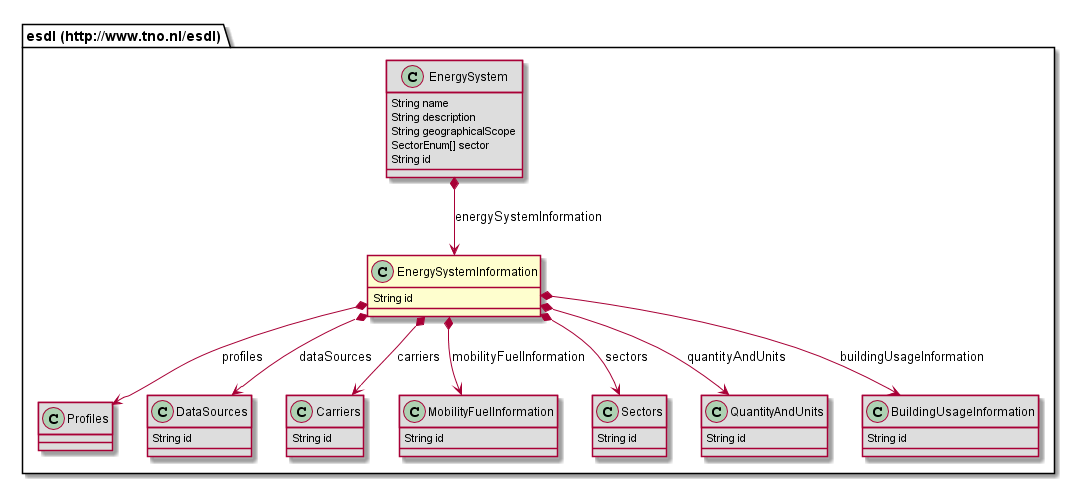
Before: 687474703a2f2f7777772e746e6f2e6e6c2f6573646c/EnergySystemInformation.png, a diagram exported from PlantUML (EnergyTransition/energytransition.github.io).
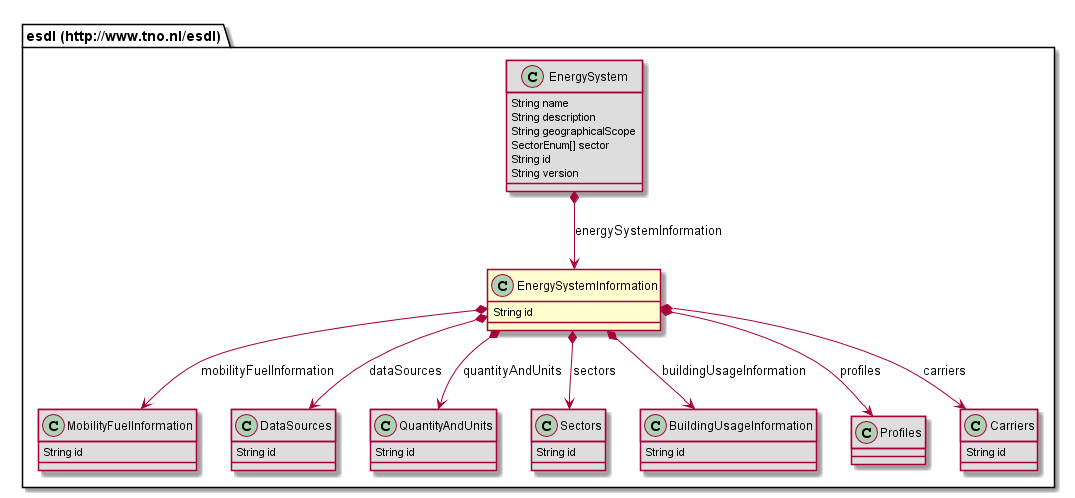
After the commit.

Diff of the diagram source:
```diff
@@ -1,5 +1,20 @@
 @startuml
 class "esdl (http://www.tno.nl/esdl).EnergySystemInformation" [[#router/doc-content/687474703a2f2f7777772e746e6f2e6e6c2f6573646c/EnergySystemInformation.html{Describes reusable information of the energy system, that other classes can refer to in this energy system, such as carriers, profiles, data sources, quantity and units.}]] {
+	String id
+}
+class "esdl (http://www.tno.nl/esdl).MobilityFuelInformation" [[#router/doc-content/687474703a2f2f7777772e746e6f2e6e6c2f6573646c/MobilityFuelInformation.html{Collection of information about vehicles, fuels and efficiency}]] #DDDDDD {
+	String id
+}
+class "esdl (http://www.tno.nl/esdl).DataSources" [[#router/doc-content/687474703a2f2f7777772e746e6f2e6e6c2f6573646c/DataSources.html{Collection of datasources used in the energy system}]] #DDDDDD {
+	String id
+}
+class "esdl (http://www.tno.nl/esdl).QuantityAndUnits" [[#router/doc-content/687474703a2f2f7777772e746e6f2e6e6c2f6573646c/QuantityAndUnits.html{Collection of QuantityAndUnitTypes defined in the EnergySystemInformation section}]] #DDDDDD {
+	String id
+}
+class "esdl (http://www.tno.nl/esdl).Sectors" [[#router/doc-content/687474703a2f2f7777772e746e6f2e6e6c2f6573646c/Sectors.html{Collection of sectors. }]] #DDDDDD {
+	String id
+}
+class "esdl (http://www.tno.nl/esdl).BuildingUsageInformation" [[#router/doc-content/687474703a2f2f7777772e746e6f2e6e6c2f6573646c/BuildingUsageInformation.html{Part of Energy System Information that specifies generic building usage information that can be referenced from multiple individual buildings}]] #DDDDDD {
 	String id
 }
 class "esdl (http://www.tno.nl/esdl).Profiles" [[#router/doc-content/687474703a2f2f7777772e746e6f2e6e6c2f6573646c/Profiles.html{Container for profiles in the Energy System Information where other profiles can refer to}]] #DDDDDD {
@@ -10,26 +25,11 @@
 	String geographicalScope
 	SectorEnum[] sector
 	String id
-}
-class "esdl (http://www.tno.nl/esdl).DataSources" [[#router/doc-content/687474703a2f2f7777772e746e6f2e6e6c2f6573646c/DataSources.html{Collection of datasources used in the energy system}]] #DDDDDD {
-	String id
+	String version
 }
 class "esdl (http://www.tno.nl/esdl).Carriers" [[#router/doc-content/687474703a2f2f7777772e746e6f2e6e6c2f6573646c/Carriers.html{Collection of carriers as part of the Energy System Information. }]] #DDDDDD {
 	String id
 }
-class "esdl (http://www.tno.nl/esdl).MobilityFuelInformation" [[#router/doc-content/687474703a2f2f7777772e746e6f2e6e6c2f6573646c/MobilityFuelInformation.html{Collection of information about vehicles, fuels and efficiency}]] #DDDDDD {
-	String id
-}
-class "esdl (http://www.tno.nl/esdl).Sectors" [[#router/doc-content/687474703a2f2f7777772e746e6f2e6e6c2f6573646c/Sectors.html{Collection of sectors. }]] #DDDDDD {
-	String id
-}
-class "esdl (http://www.tno.nl/esdl).QuantityAndUnits" [[#router/doc-content/687474703a2f2f7777772e746e6f2e6e6c2f6573646c/QuantityAndUnits.html{Collection of QuantityAndUnitTypes defined in the EnergySystemInformation section}]] #DDDDDD {
-	String id
-}
-class "esdl (http://www.tno.nl/esdl).BuildingUsageInformation" [[#router/doc-content/687474703a2f2f7777772e746e6f2e6e6c2f6573646c/BuildingUsageInformation.html]] #DDDDDD {
-	String id
-}
-"esdl (http://www.tno.nl/esdl).EnergySystem" *--> "esdl (http://www.tno.nl/esdl).EnergySystemInformation" : energySystemInformation
 "esdl (http://www.tno.nl/esdl).EnergySystemInformation" *--> "esdl (http://www.tno.nl/esdl).Carriers" : carriers
 "esdl (http://www.tno.nl/esdl).EnergySystemInformation" *--> "esdl (http://www.tno.nl/esdl).Profiles" : profiles
 "esdl (http://www.tno.nl/esdl).EnergySystemInformation" *--> "esdl (http://www.tno.nl/esdl).DataSources" : dataSources
@@ -37,4 +37,5 @@
 "esdl (http://www.tno.nl/esdl).EnergySystemInformation" *--> "esdl (http://www.tno.nl/esdl).QuantityAndUnits" : quantityAndUnits
 "esdl (http://www.tno.nl/esdl).EnergySystemInformation" *--> "esdl (http://www.tno.nl/esdl).Sectors" : sectors
 "esdl (http://www.tno.nl/esdl).EnergySystemInformation" *--> "esdl (http://www.tno.nl/esdl).BuildingUsageInformation" : buildingUsageInformation
+"esdl (http://www.tno.nl/esdl).EnergySystem" *--> "esdl (http://www.tno.nl/esdl).EnergySystemInformation" : energySystemInformation
 @enduml
```
